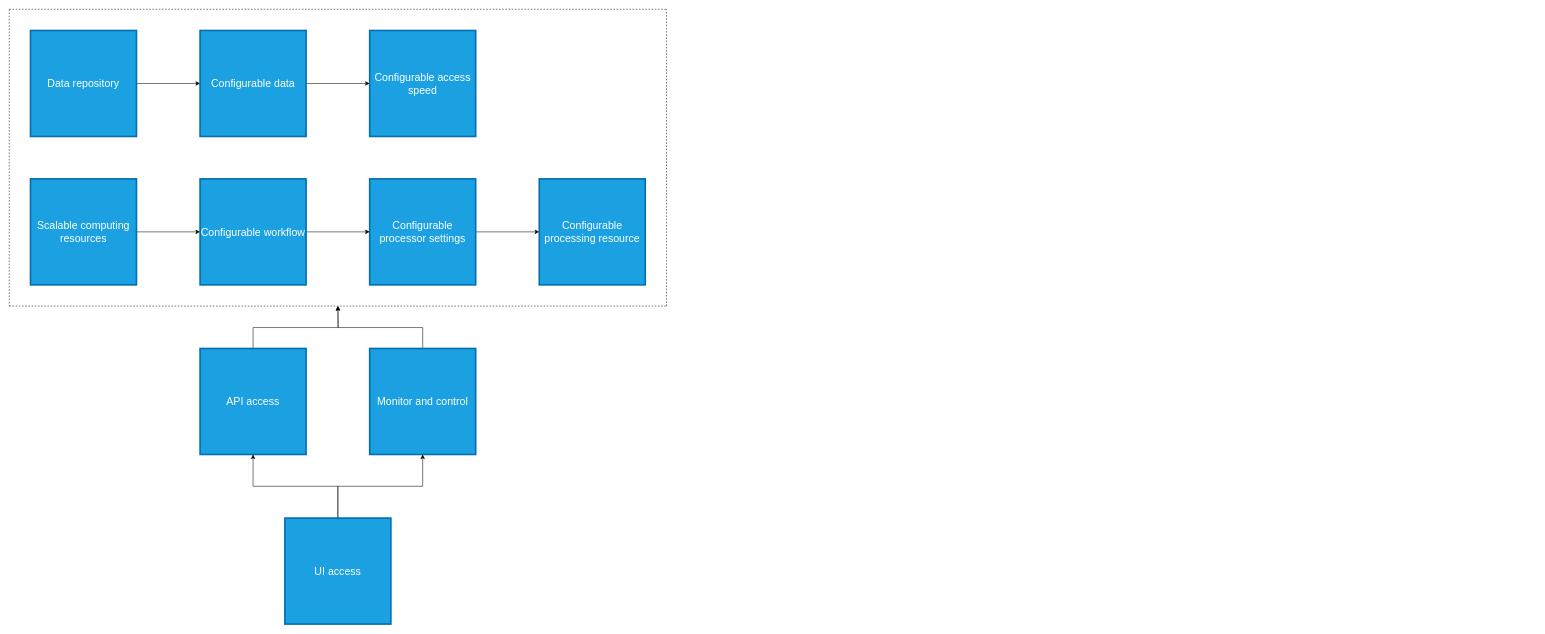
kautlenbachs/bulpp_diagrams keeps this draw.io diagram as conceptual_design.drawio. Above is the earlier version. Source tidied: cells renumbered, new cells numbered last; positions are measured from the earlier drawing's top-left corner, leaving out a move shared by most shapes. Both pictures are drawn from the tidied source at 53%, with x=0, y=0 at pixel (9, 9).
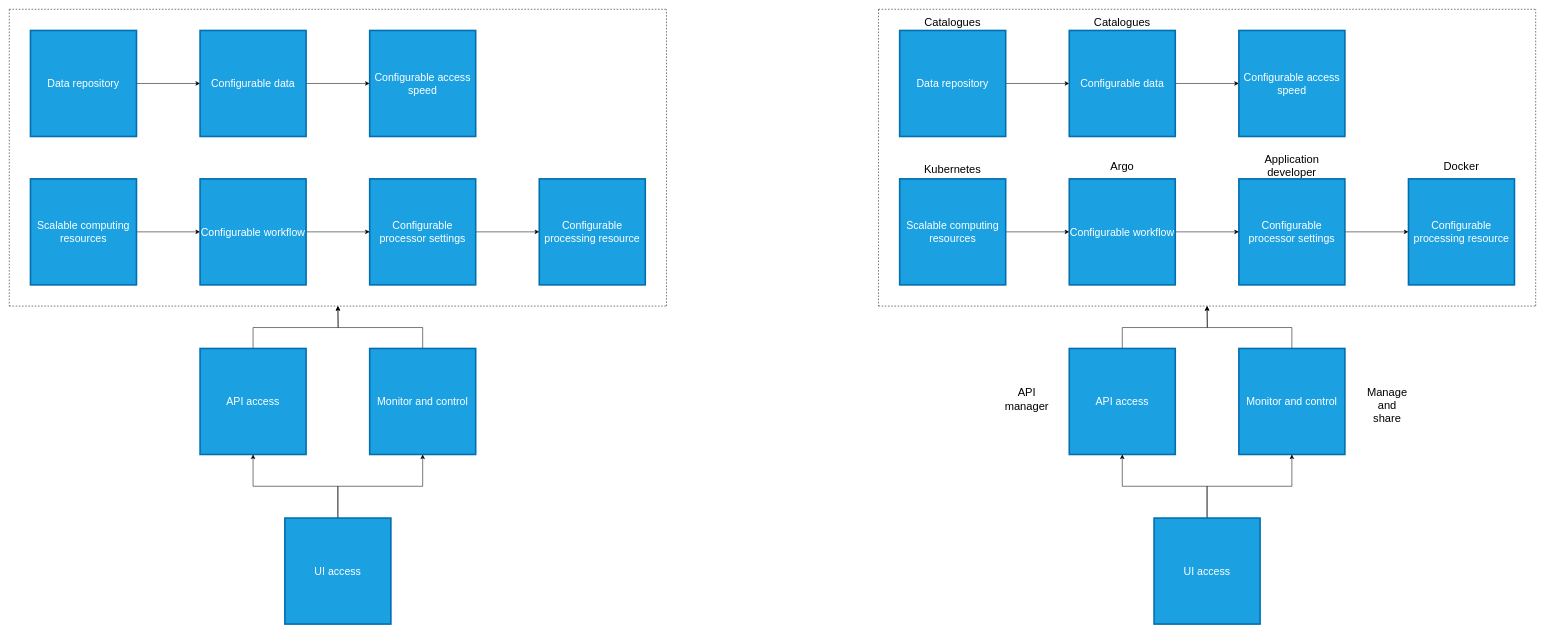
The same page after the edit.

Change to the diagram source:
```diff
@@
+    <mxCell id="25" style="edgeStyle=orthogonalEdgeStyle;rounded=0;jettySize=auto;html=1;exitX=1;exitY=0.5;exitDx=0;exitDy=0;entryX=0;entryY=0.5;entryDx=0;entryDy=0;fontSize=20;" parent="1" edge="1" source="26" target="28">
+      <mxGeometry relative="1" as="geometry" />
+    </mxCell>
+    <mxCell id="26" value="&lt;font style=&quot;font-size: 20px&quot;&gt;Data repository&lt;/font&gt;" style="whiteSpace=wrap;html=1;fillColor=#1ba1e2;strokeColor=#006EAF;fontColor=#ffffff;gradientColor=none;rounded=0;perimeterSpacing=0;strokeWidth=3;" parent="1" vertex="1">
+      <mxGeometry x="1680" y="40" width="200" height="200" as="geometry" />
+    </mxCell>
+    <mxCell id="27" style="edgeStyle=orthogonalEdgeStyle;rounded=0;jettySize=auto;html=1;exitX=1;exitY=0.5;exitDx=0;exitDy=0;entryX=0;entryY=0.5;entryDx=0;entryDy=0;fontSize=20;" parent="1" edge="1" source="28" target="29">
+      <mxGeometry relative="1" as="geometry" />
+    </mxCell>
+    <mxCell id="28" value="&lt;font style=&quot;font-size: 20px&quot;&gt;Configurable data&lt;br&gt;&lt;/font&gt;" style="whiteSpace=wrap;html=1;fillColor=#1ba1e2;strokeColor=#006EAF;fontColor=#ffffff;gradientColor=none;rounded=0;perimeterSpacing=0;strokeWidth=3;" parent="1" vertex="1">
+      <mxGeometry x="2000" y="40" width="200" height="200" as="geometry" />
+    </mxCell>
+    <mxCell id="29" value="&lt;font style=&quot;font-size: 20px&quot;&gt;Configurable access speed&lt;br&gt;&lt;/font&gt;" style="whiteSpace=wrap;html=1;fillColor=#1ba1e2;strokeColor=#006EAF;fontColor=#ffffff;gradientColor=none;rounded=0;perimeterSpacing=0;strokeWidth=3;" parent="1" vertex="1">
+      <mxGeometry x="2320" y="40" width="200" height="200" as="geometry" />
+    </mxCell>
+    <mxCell id="30" style="edgeStyle=orthogonalEdgeStyle;rounded=0;jettySize=auto;html=1;exitX=1;exitY=0.5;exitDx=0;exitDy=0;entryX=0;entryY=0.5;entryDx=0;entryDy=0;fontSize=20;" parent="1" edge="1" source="31" target="43">
+      <mxGeometry relative="1" as="geometry" />
+    </mxCell>
+    <mxCell id="31" value="&lt;font style=&quot;font-size: 20px&quot;&gt;Configurable processor settings&lt;br&gt;&lt;/font&gt;" style="whiteSpace=wrap;html=1;fillColor=#1ba1e2;strokeColor=#006EAF;fontColor=#ffffff;gradientColor=none;rounded=0;perimeterSpacing=0;strokeWidth=3;" parent="1" vertex="1">
+      <mxGeometry x="2320" y="320" width="200" height="200" as="geometry" />
+    </mxCell>
+    <mxCell id="32" style="edgeStyle=orthogonalEdgeStyle;rounded=0;jettySize=auto;html=1;exitX=1;exitY=0.5;exitDx=0;exitDy=0;fontSize=20;" parent="1" edge="1" source="33" target="37">
+      <mxGeometry relative="1" as="geometry" />
+    </mxCell>
+    <mxCell id="33" value="&lt;div&gt;&lt;font style=&quot;font-size: 20px&quot;&gt;Scalable computing resources&lt;/font&gt;&lt;/div&gt;" style="whiteSpace=wrap;html=1;fillColor=#1ba1e2;strokeColor=#006EAF;fontColor=#ffffff;gradientColor=none;rounded=0;perimeterSpacing=0;strokeWidth=3;" parent="1" vertex="1">
+      <mxGeometry x="1680" y="320" width="200" height="200" as="geometry" />
+    </mxCell>
+    <mxCell id="34" style="edgeStyle=orthogonalEdgeStyle;rounded=0;jettySize=auto;html=1;exitX=0.5;exitY=0;exitDx=0;exitDy=0;fontSize=20;" parent="1" edge="1" source="35">
+      <mxGeometry relative="1" as="geometry">
+        <mxPoint x="2260" y="560" as="targetPoint" />
+      </mxGeometry>
+    </mxCell>
+    <mxCell id="35" value="&lt;font style=&quot;font-size: 20px&quot;&gt;Monitor and control&lt;br&gt;&lt;/font&gt;" style="whiteSpace=wrap;html=1;fillColor=#1ba1e2;strokeColor=#006EAF;fontColor=#ffffff;gradientColor=none;rounded=0;perimeterSpacing=0;strokeWidth=3;" parent="1" vertex="1">
+      <mxGeometry x="2320" y="640" width="200" height="200" as="geometry" />
+    </mxCell>
+    <mxCell id="36" style="edgeStyle=orthogonalEdgeStyle;rounded=0;jettySize=auto;html=1;exitX=1;exitY=0.5;exitDx=0;exitDy=0;entryX=0;entryY=0.5;entryDx=0;entryDy=0;fontSize=20;" parent="1" edge="1" source="37" target="31">
+      <mxGeometry relative="1" as="geometry" />
+    </mxCell>
+    <mxCell id="37" value="&lt;font style=&quot;font-size: 20px&quot;&gt;Configurable workflow&lt;br&gt;&lt;/font&gt;" style="whiteSpace=wrap;html=1;fillColor=#1ba1e2;strokeColor=#006EAF;fontColor=#ffffff;gradientColor=none;rounded=0;perimeterSpacing=0;strokeWidth=3;" parent="1" vertex="1">
+      <mxGeometry x="2000" y="320" width="200" height="200" as="geometry" />
+    </mxCell>
+    <mxCell id="38" style="edgeStyle=orthogonalEdgeStyle;rounded=0;jettySize=auto;html=1;exitX=0.5;exitY=0;exitDx=0;exitDy=0;fontSize=20;" parent="1" edge="1" source="39">
+      <mxGeometry relative="1" as="geometry">
+        <mxPoint x="2260" y="560" as="targetPoint" />
+      </mxGeometry>
+    </mxCell>
+    <mxCell id="39" value="&lt;font style=&quot;font-size: 20px&quot;&gt;API access&lt;br&gt;&lt;/font&gt;" style="whiteSpace=wrap;html=1;fillColor=#1ba1e2;strokeColor=#006EAF;fontColor=#ffffff;gradientColor=none;rounded=0;perimeterSpacing=0;strokeWidth=3;" parent="1" vertex="1">
+      <mxGeometry x="2000" y="640" width="200" height="200" as="geometry" />
+    </mxCell>
+    <mxCell id="40" style="edgeStyle=orthogonalEdgeStyle;rounded=0;jettySize=auto;html=1;exitX=0.5;exitY=0;exitDx=0;exitDy=0;entryX=0.5;entryY=1;entryDx=0;entryDy=0;fontSize=20;" parent="1" edge="1" source="42" target="39">
+      <mxGeometry relative="1" as="geometry" />
+    </mxCell>
+    <mxCell id="41" style="edgeStyle=orthogonalEdgeStyle;rounded=0;jettySize=auto;html=1;exitX=0.5;exitY=0;exitDx=0;exitDy=0;fontSize=20;" parent="1" edge="1" source="42" target="35">
+      <mxGeometry relative="1" as="geometry" />
+    </mxCell>
+    <mxCell id="42" value="&lt;font style=&quot;font-size: 20px&quot;&gt;UI access&lt;br&gt;&lt;/font&gt;" style="whiteSpace=wrap;html=1;fillColor=#1ba1e2;strokeColor=#006EAF;fontColor=#ffffff;gradientColor=none;rounded=0;perimeterSpacing=0;strokeWidth=3;" parent="1" vertex="1">
+      <mxGeometry x="2160" y="960" width="200" height="200" as="geometry" />
+    </mxCell>
+    <mxCell id="43" value="&lt;font style=&quot;font-size: 20px&quot;&gt;Configurable processing resource&lt;br&gt;&lt;/font&gt;" style="whiteSpace=wrap;html=1;fillColor=#1ba1e2;strokeColor=#006EAF;fontColor=#ffffff;gradientColor=none;rounded=0;perimeterSpacing=0;strokeWidth=3;" parent="1" vertex="1">
+      <mxGeometry x="2640" y="320" width="200" height="200" as="geometry" />
+    </mxCell>
+    <mxCell id="44" style="endArrow=none;dashed=1;html=1;rounded=0;fontSize=20;" parent="1" edge="1">
+      <mxGeometry relative="1" as="geometry">
+        <mxPoint x="1640" as="sourcePoint" />
+        <mxPoint x="2880" as="targetPoint" />
+      </mxGeometry>
+    </mxCell>
+    <mxCell id="45" style="endArrow=none;dashed=1;html=1;rounded=0;fontSize=20;" parent="1" edge="1">
+      <mxGeometry relative="1" as="geometry">
+        <mxPoint x="1640" y="560" as="sourcePoint" />
+        <mxPoint x="2880" y="560" as="targetPoint" />
+      </mxGeometry>
+    </mxCell>
+    <mxCell id="46" style="endArrow=none;dashed=1;html=1;rounded=0;fontSize=20;" parent="1" edge="1">
+      <mxGeometry relative="1" as="geometry">
+        <mxPoint x="2880" y="560" as="sourcePoint" />
+        <mxPoint x="2880" as="targetPoint" />
+      </mxGeometry>
+    </mxCell>
+    <mxCell id="47" style="endArrow=none;dashed=1;html=1;rounded=0;fontSize=20;" parent="1" edge="1">
+      <mxGeometry relative="1" as="geometry">
+        <mxPoint x="1640" as="sourcePoint" />
+        <mxPoint x="1640" y="560" as="targetPoint" />
+      </mxGeometry>
+    </mxCell>
+    <mxCell id="48" value="&lt;font style=&quot;font-size: 21px&quot;&gt;Catalogues&lt;/font&gt;" style="text;html=1;strokeColor=none;fillColor=none;align=center;verticalAlign=middle;whiteSpace=wrap;rounded=0;" parent="1" vertex="1">
+      <mxGeometry x="1750" y="10" width="60" height="30" as="geometry" />
+    </mxCell>
+    <mxCell id="49" value="&lt;font style=&quot;font-size: 21px&quot;&gt;Catalogues&lt;/font&gt;" style="text;html=1;strokeColor=none;fillColor=none;align=center;verticalAlign=middle;whiteSpace=wrap;rounded=0;" parent="1" vertex="1">
+      <mxGeometry x="2070" y="10" width="60" height="30" as="geometry" />
+    </mxCell>
+    <mxCell id="50" value="&lt;br&gt;&lt;font style=&quot;font-size: 21px&quot;&gt;Kubernetes&lt;/font&gt;" style="text;html=1;strokeColor=none;fillColor=none;align=center;verticalAlign=middle;whiteSpace=wrap;rounded=0;" parent="1" vertex="1">
+      <mxGeometry x="1750" y="280" width="60" height="30" as="geometry" />
+    </mxCell>
+    <mxCell id="51" value="&lt;font style=&quot;font-size: 21px&quot;&gt;API manager&lt;br&gt;&lt;/font&gt;" style="text;html=1;strokeColor=none;fillColor=none;align=center;verticalAlign=middle;whiteSpace=wrap;rounded=0;" parent="1" vertex="1">
+      <mxGeometry x="1890" y="720" width="60" height="30" as="geometry" />
+    </mxCell>
+    <mxCell id="52" value="&lt;br&gt;&lt;font style=&quot;font-size: 21px&quot;&gt;Manage and share&lt;br&gt;&lt;/font&gt;" style="text;html=1;strokeColor=none;fillColor=none;align=center;verticalAlign=middle;whiteSpace=wrap;rounded=0;" parent="1" vertex="1">
+      <mxGeometry x="2570" y="725" width="60" height="30" as="geometry" />
+    </mxCell>
+    <mxCell id="53" value="&lt;div&gt;&lt;font style=&quot;font-size: 21px&quot;&gt;Docker&lt;/font&gt;&lt;/div&gt;" style="text;html=1;strokeColor=none;fillColor=none;align=center;verticalAlign=middle;whiteSpace=wrap;rounded=0;" parent="1" vertex="1">
+      <mxGeometry x="2710" y="280" width="60" height="30" as="geometry" />
+    </mxCell>
+    <mxCell id="54" value="&lt;font style=&quot;font-size: 21px&quot;&gt;Application developer&lt;br&gt;&lt;/font&gt;" style="text;html=1;strokeColor=none;fillColor=none;align=center;verticalAlign=middle;whiteSpace=wrap;rounded=0;" parent="1" vertex="1">
+      <mxGeometry x="2390" y="280" width="60" height="30" as="geometry" />
+    </mxCell>
+    <mxCell id="55" value="&lt;font style=&quot;font-size: 21px&quot;&gt;Argo&lt;/font&gt;" style="text;html=1;strokeColor=none;fillColor=none;align=center;verticalAlign=middle;whiteSpace=wrap;rounded=0;" parent="1" vertex="1">
+      <mxGeometry x="2070" y="280" width="60" height="30" as="geometry" />
+    </mxCell>
```
